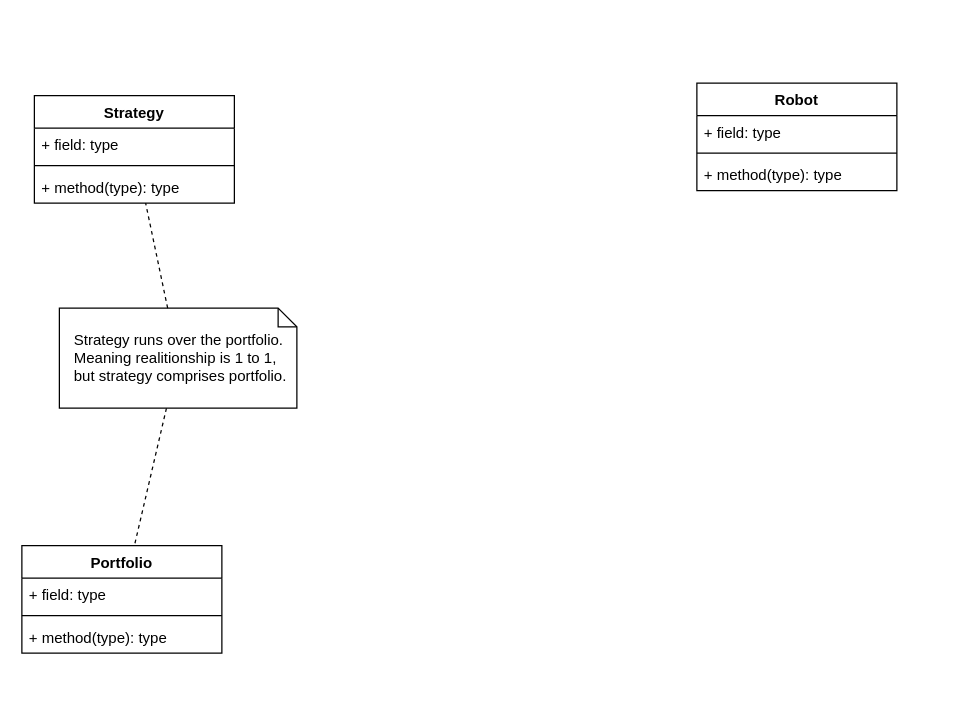
Pilipets/ForexRobot keeps this draw.io diagram as diagrams/overall.drawio. Above is the earlier version. Source tidied: cells renumbered, new cells numbered last; positions are measured from the earlier drawing's top-left corner, leaving out a move shared by most shapes. Both pictures are drawn from the tidied source at 125%, with x=0, y=0 at pixel (21, 82).
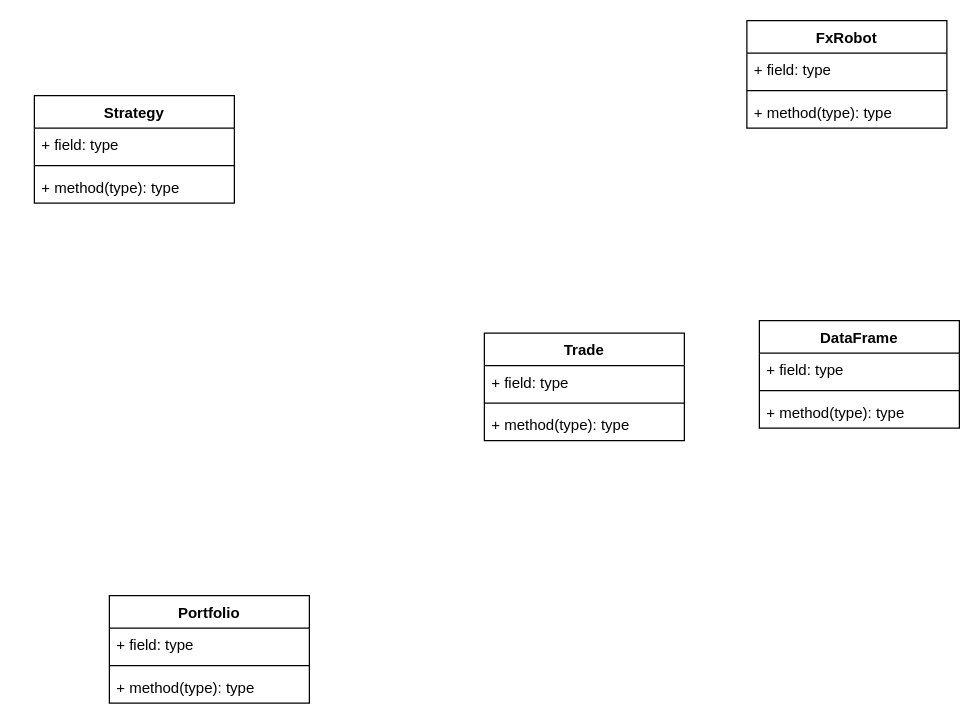
Above is the later version.

The change refers to these unchanged cells:
```xml
<mxCell id="6" value="Strategy" style="swimlane;fontStyle=1;align=center;verticalAlign=top;horizontal=1;startSize=26;" parent="1" vertex="1">
  <mxGeometry x="10" y="10" width="160" height="86" as="geometry" />
</mxCell>
```

Change to the diagram source:
```diff
@@
-    <mxCell id="2" value="Robot" style="swimlane;fontStyle=1;align=center;verticalAlign=top;horizontal=1;startSize=26;" parent="1" vertex="1">
-      <mxGeometry x="540" width="160" height="86" as="geometry" />
+    <mxCell id="2" value="FxRobot" style="swimlane;fontStyle=1;align=center;verticalAlign=top;horizontal=1;startSize=26;" parent="1" vertex="1">
+      <mxGeometry x="580" y="-50" width="160" height="86" as="geometry" />
     </mxCell>
@@
     <mxCell id="10" value="Portfolio" style="swimlane;fontStyle=1;align=center;verticalAlign=top;horizontal=1;startSize=26;" parent="1" vertex="1">
-      <mxGeometry y="370" width="160" height="86" as="geometry" />
+      <mxGeometry x="70" y="410" width="160" height="86" as="geometry" />
     </mxCell>
@@
-    <mxCell id="14" style="rounded=0;jettySize=auto;html=1;endArrow=none;endFill=0;dashed=1;" parent="1" edge="1" source="15" target="10">
-      <mxGeometry relative="1" as="geometry" />
-    </mxCell>
-    <mxCell id="15" value="Strategy runs over the portfolio. Meaning realitionship is 1 to 1, but strategy comprises portfolio." style="shape=note;size=15;align=left;spacingLeft=10;html=1;whiteSpace=wrap;" parent="1" vertex="1">
-      <mxGeometry x="30" y="180" width="190" height="80" as="geometry" />
-    </mxCell>
-    <mxCell id="16" style="edgeStyle=none;endArrow=none;dashed=1;html=1;" parent="1" edge="1" source="15" target="6">
-      <mxGeometry x="1" relative="1" as="geometry" />
-    </mxCell>
+    <mxCell id="17" value="DataFrame" style="swimlane;fontStyle=1;align=center;verticalAlign=top;horizontal=1;startSize=26;" parent="1" vertex="1">
+      <mxGeometry x="590" y="190" width="160" height="86" as="geometry" />
+    </mxCell>
+    <mxCell id="18" value="+ field: type" style="text;strokeColor=none;fillColor=none;align=left;verticalAlign=top;spacingLeft=4;spacingRight=4;overflow=hidden;" parent="17" vertex="1">
+      <mxGeometry y="26" width="160" height="26" as="geometry" />
+    </mxCell>
+    <mxCell id="19" style="line;strokeWidth=1;fillColor=none;align=left;verticalAlign=middle;spacingTop=-1;spacingLeft=3;spacingRight=3;labelPosition=right;" parent="17" vertex="1">
+      <mxGeometry y="52" width="160" height="8" as="geometry" />
+    </mxCell>
+    <mxCell id="20" value="+ method(type): type" style="text;strokeColor=none;fillColor=none;align=left;verticalAlign=top;spacingLeft=4;spacingRight=4;overflow=hidden;" parent="17" vertex="1">
+      <mxGeometry y="60" width="160" height="26" as="geometry" />
+    </mxCell>
+    <mxCell id="21" value="Trade" style="swimlane;fontStyle=1;align=center;verticalAlign=top;horizontal=1;startSize=26;" parent="1" vertex="1">
+      <mxGeometry x="370" y="200" width="160" height="86" as="geometry" />
+    </mxCell>
+    <mxCell id="22" value="+ field: type" style="text;strokeColor=none;fillColor=none;align=left;verticalAlign=top;spacingLeft=4;spacingRight=4;overflow=hidden;" parent="21" vertex="1">
+      <mxGeometry y="26" width="160" height="26" as="geometry" />
+    </mxCell>
+    <mxCell id="23" style="line;strokeWidth=1;fillColor=none;align=left;verticalAlign=middle;spacingTop=-1;spacingLeft=3;spacingRight=3;labelPosition=right;" parent="21" vertex="1">
+      <mxGeometry y="52" width="160" height="8" as="geometry" />
+    </mxCell>
+    <mxCell id="24" value="+ method(type): type" style="text;strokeColor=none;fillColor=none;align=left;verticalAlign=top;spacingLeft=4;spacingRight=4;overflow=hidden;" parent="21" vertex="1">
+      <mxGeometry y="60" width="160" height="26" as="geometry" />
+    </mxCell>
```
